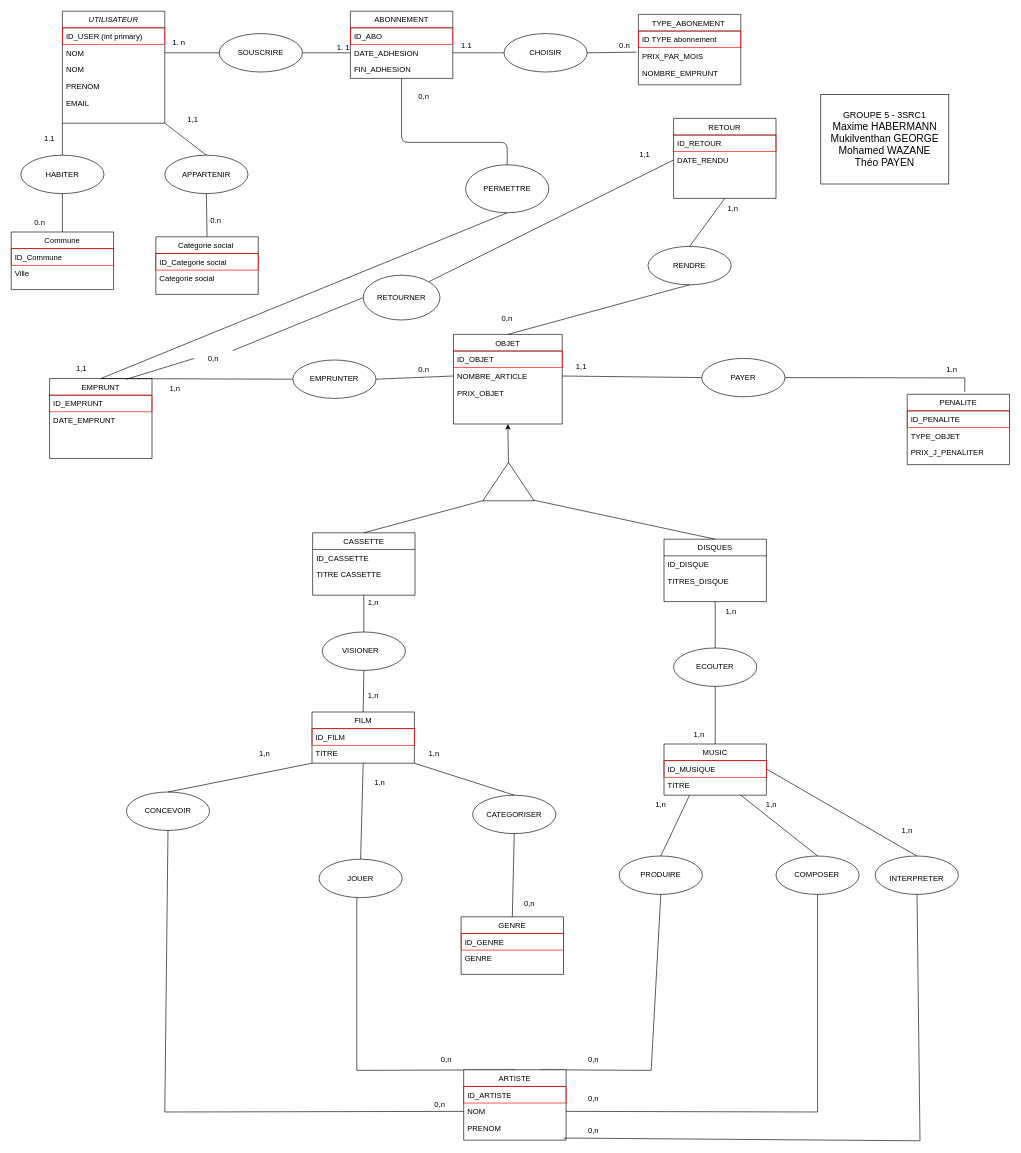
Above: page "MCD (validé)" (1 of 4) of Proje BDD-2-2.drawio in GMukilventhan/Projet-BDD-SRC-21-22 (draw.io), before the change. Source tidied: cells renumbered, new cells numbered last; positions are measured from the earlier drawing's top-left corner, leaving out a move shared by most shapes. Both pictures are drawn from the tidied source at 64%, with x=0, y=0 at pixel (11, 11).
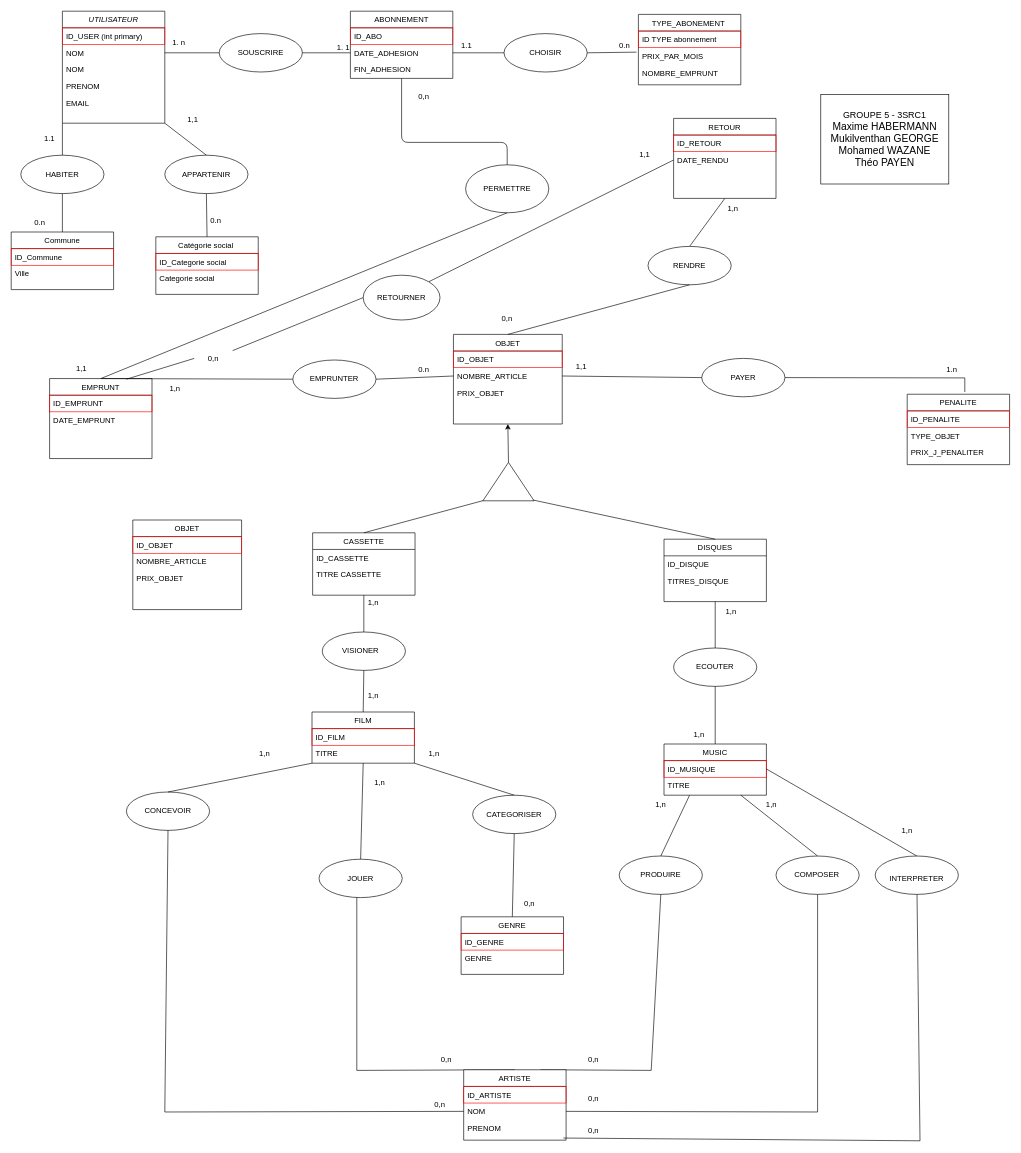
After the change.

What changed in the source:
```diff
@@
+    <mxCell id="162" value="OBJET" style="swimlane;fontStyle=0;align=center;verticalAlign=top;horizontal=1;startSize=26;rounded=0;shadow=0;strokeWidth=1;" parent="1" vertex="1">
+      <mxGeometry x="190" y="795" width="170" height="140" as="geometry" />
+    </mxCell>
+    <mxCell id="163" value="ID_OBJET" style="text;align=left;verticalAlign=top;spacingLeft=4;spacingRight=4;overflow=hidden;strokeColor=#FF0000;" parent="162" vertex="1">
+      <mxGeometry y="26" width="170" height="26" as="geometry" />
+    </mxCell>
+    <mxCell id="164" value="NOMBRE_ARTICLE" style="text;align=left;verticalAlign=top;spacingLeft=4;spacingRight=4;overflow=hidden;" parent="162" vertex="1">
+      <mxGeometry y="52" width="170" height="26" as="geometry" />
+    </mxCell>
+    <mxCell id="165" value="PRIX_OBJET" style="text;align=left;verticalAlign=top;spacingLeft=4;spacingRight=4;overflow=hidden;" parent="162" vertex="1">
+      <mxGeometry y="78" width="170" height="26" as="geometry" />
+    </mxCell>
```
